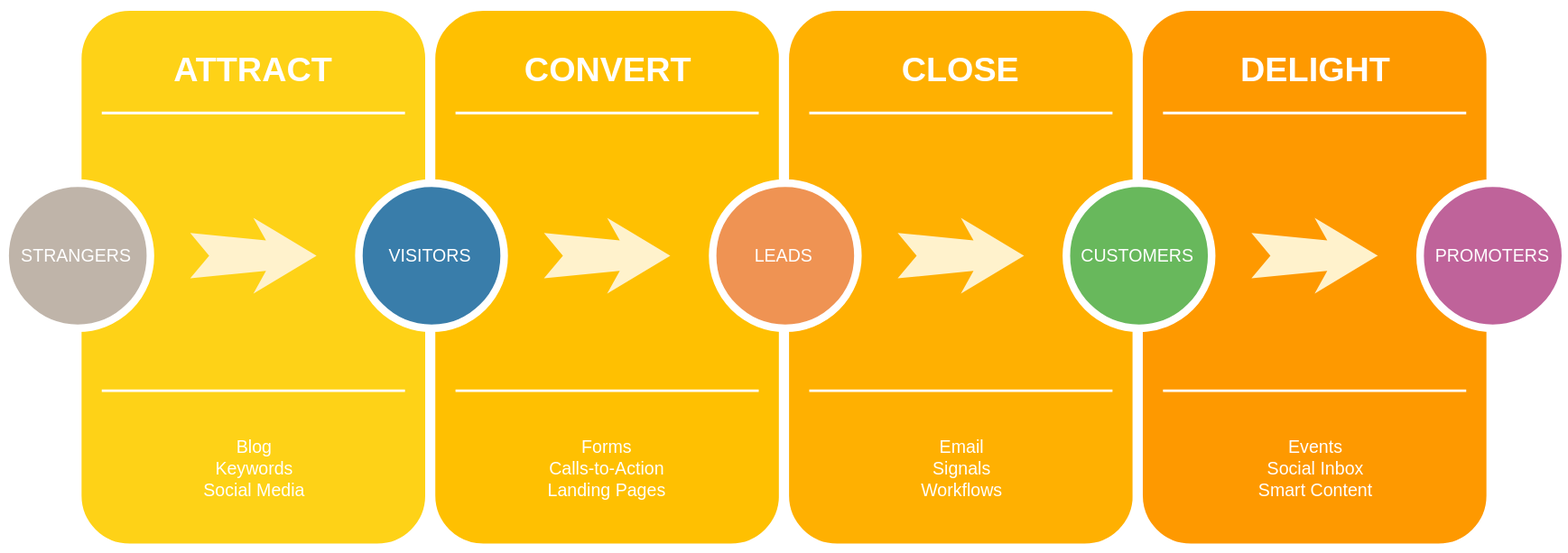
This is 名称未設定ファイル.svg from danboard/sample_app, a draw.io export, as it was before one commit. Source tidied: cells renumbered, new cells last; positions are measured from the earlier drawing's top-left corner, leaving out a move shared by most shapes.
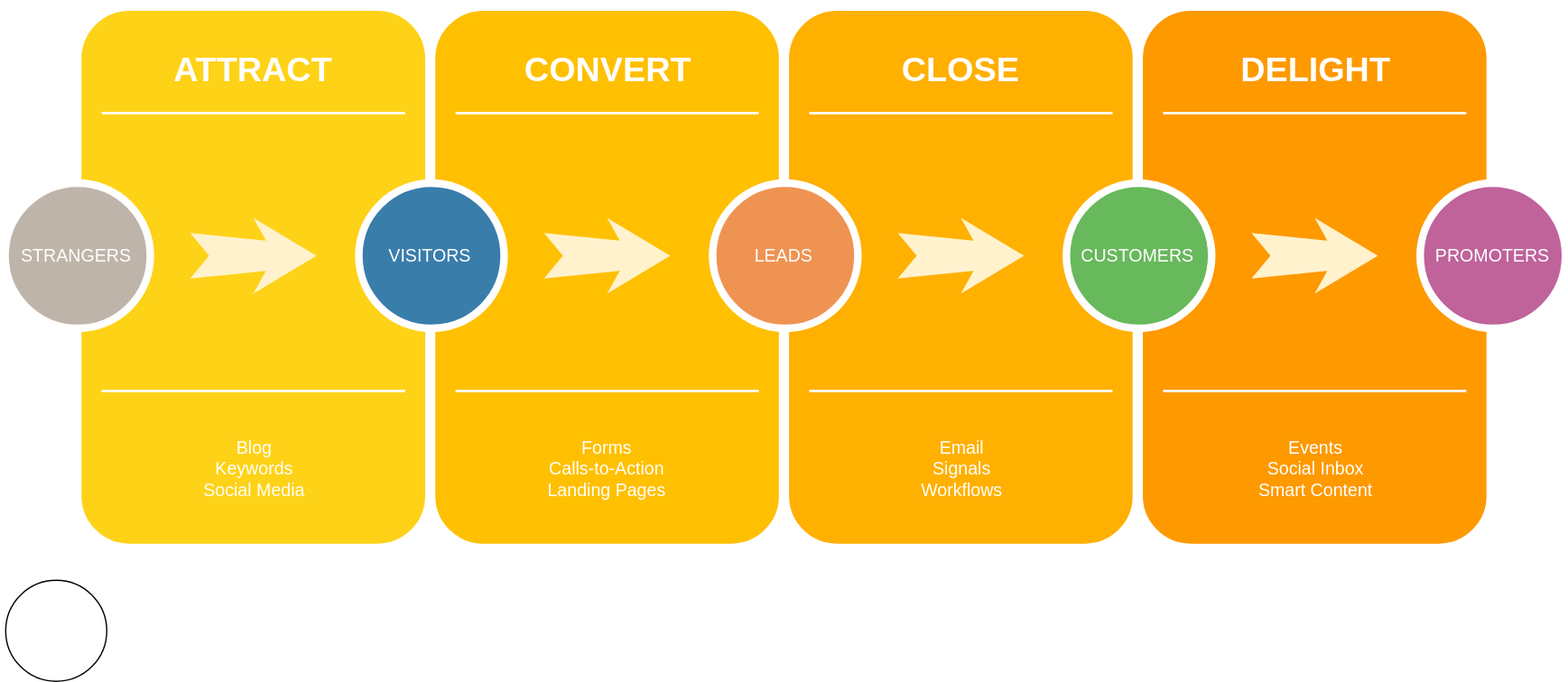
After the change.

Commit message:
名称未設定ファイル.svg を更新します

The edit, as a diff of the source:
```diff
@@ -89,5 +89,8 @@
     <mxCell id="30" value="PROMOTERS" style="ellipse;whiteSpace=wrap;html=1;rounded=0;shadow=0;strokeWidth=6;fontSize=14;align=center;fillColor=#BF639A;strokeColor=#FFFFFF;fontColor=#FFFFFF;" parent="1" vertex="1">
       <mxGeometry x="1120" y="140" width="115" height="115" as="geometry" />
     </mxCell>
+    <mxCell id="31" style="ellipse;whiteSpace=wrap;html=1;" parent="1" vertex="1">
+      <mxGeometry x="1" y="455" width="80" height="80" as="geometry" />
+    </mxCell>
   </root>
 </mxGraphModel>
```
